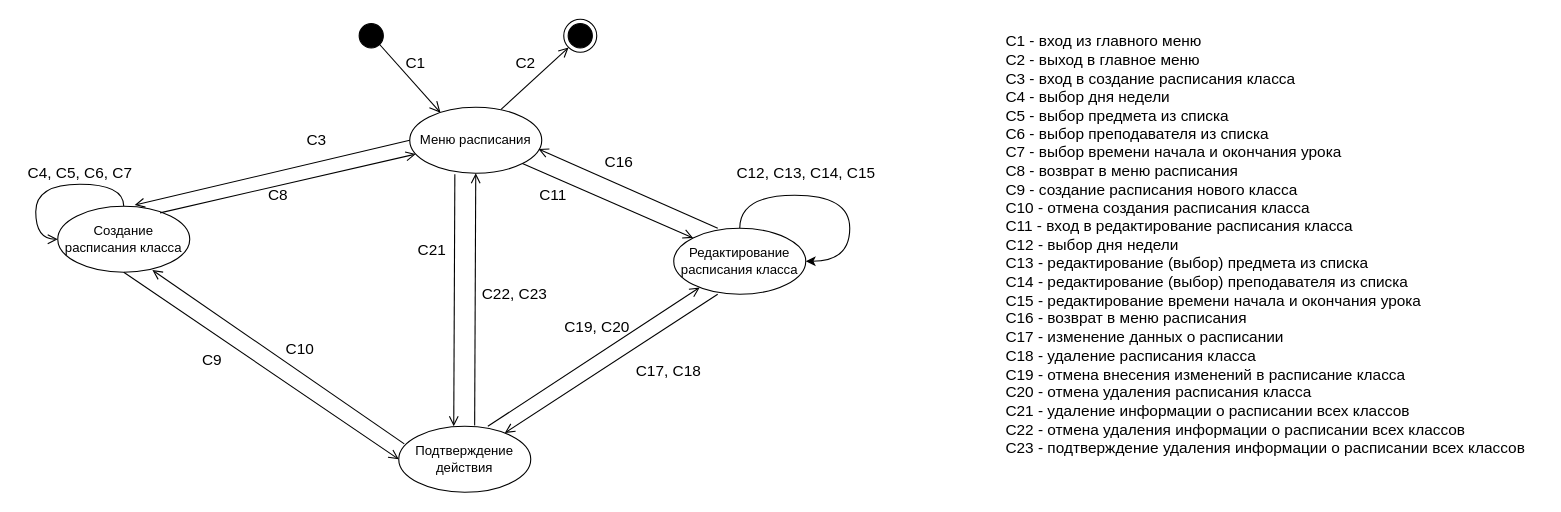
This is граф_состояний_интерфейса.drawio from D-Black-N/TRPS, a draw.io file, before an edit. Source tidied: cells renumbered, new cells numbered last; positions are measured from the earlier drawing's top-left corner, leaving out a move shared by most shapes. Both pictures are drawn from the tidied source at 110%, with x=0, y=0 at pixel (19, 19).
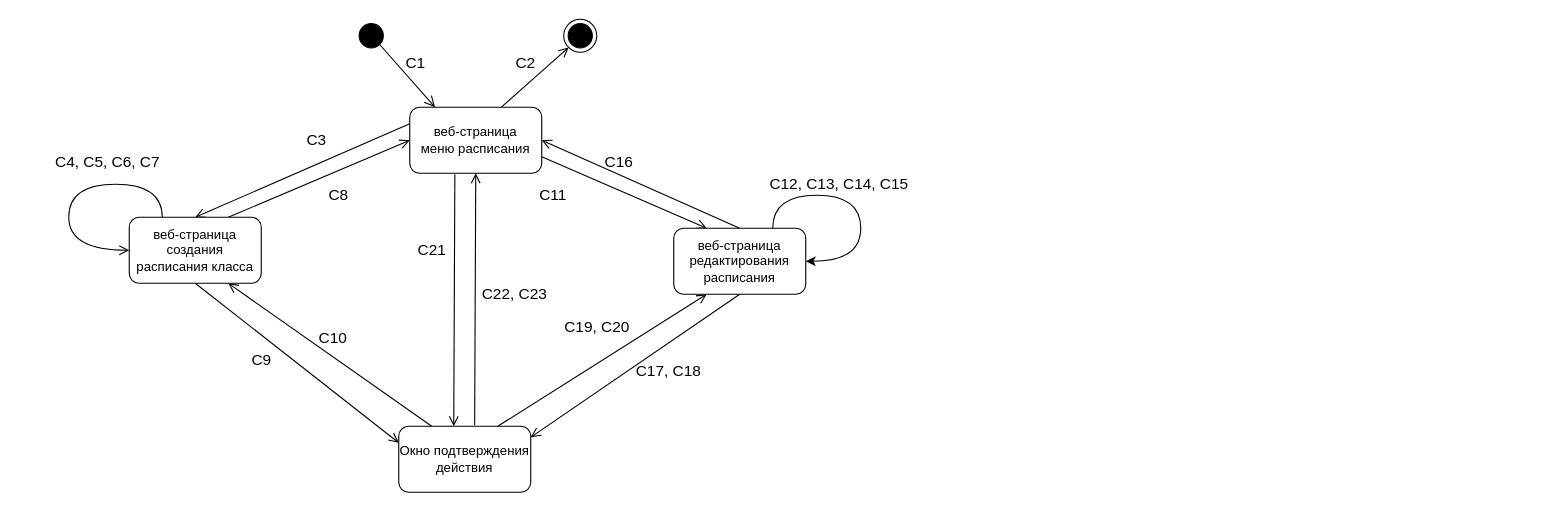
The same page after the edit.

The change refers to these unchanged cells:
```xml
<mxCell id="4" style="ellipse;html=1;shape=endState;fillColor=#000000;strokeColor=#000000;" parent="1" vertex="1">
  <mxGeometry x="495" width="30" height="30" as="geometry" />
</mxCell>
```

Diff of the diagram source:
```diff
@@
-    <mxCell id="3" style="html=1;verticalAlign=bottom;endArrow=open;endSize=8;strokeColor=#000000;rounded=0;entryX=0.233;entryY=0.083;entryDx=0;entryDy=0;entryPerimeter=0;" parent="1" edge="1" target="5">
+    <mxCell id="3" style="html=1;verticalAlign=bottom;endArrow=open;endSize=8;strokeColor=#000000;rounded=0;entryX=0.192;entryY=0;entryDx=0;entryDy=0;entryPerimeter=0;" parent="1" edge="1" target="37">
       <mxGeometry relative="1" as="geometry">
         <mxPoint x="325" y="20" as="sourcePoint" />
       </mxGeometry>
     </mxCell>
@@
-    <mxCell id="5" value="Меню расписания" style="ellipse;whiteSpace=wrap;html=1;" parent="1" vertex="1">
-      <mxGeometry x="355" y="80" width="120" height="60" as="geometry" />
-    </mxCell>
-    <mxCell id="6" style="endArrow=open;html=1;rounded=0;endFill=0;endSize=7;entryX=0;entryY=1;entryDx=0;entryDy=0;exitX=0.692;exitY=0.033;exitDx=0;exitDy=0;exitPerimeter=0;" parent="1" edge="1" source="5" target="4">
+    <mxCell id="6" style="endArrow=open;html=1;rounded=0;endFill=0;endSize=7;entryX=0;entryY=1;entryDx=0;entryDy=0;exitX=0.683;exitY=0.017;exitDx=0;exitDy=0;exitPerimeter=0;" parent="1" edge="1" source="37" target="4">
       <mxGeometry relative="1" as="geometry" />
     </mxCell>
@@
-    <mxCell id="9" style="edgeStyle=orthogonalEdgeStyle;rounded=0;orthogonalLoop=1;jettySize=auto;html=1;endArrow=open;endFill=0;endSize=7;curved=1;entryX=0;entryY=0.5;entryDx=0;entryDy=0;exitX=0.5;exitY=0;exitDx=0;exitDy=0;" parent="1" edge="1" source="10" target="10">
+    <mxCell id="9" style="edgeStyle=orthogonalEdgeStyle;rounded=0;orthogonalLoop=1;jettySize=auto;html=1;endArrow=open;endFill=0;endSize=7;curved=1;exitX=0.25;exitY=0;exitDx=0;exitDy=0;entryX=0;entryY=0.5;entryDx=0;entryDy=0;" parent="1" edge="1" source="39" target="39">
       <mxGeometry relative="1" as="geometry">
         <Array as="points">
-          <mxPoint x="95" y="150" />
-          <mxPoint x="15" y="150" />
-          <mxPoint x="15" y="200" />
+          <mxPoint x="130" y="150" />
+          <mxPoint x="45" y="150" />
+          <mxPoint x="45" y="210" />
         </Array>
       </mxGeometry>
     </mxCell>
-    <mxCell id="10" value="Создание расписания класса" style="ellipse;whiteSpace=wrap;html=1;" parent="1" vertex="1">
-      <mxGeometry x="35" y="170" width="120" height="60" as="geometry" />
-    </mxCell>
-    <mxCell id="11" style="edgeStyle=orthogonalEdgeStyle;rounded=0;orthogonalLoop=1;jettySize=auto;html=1;elbow=vertical;curved=1;entryX=1;entryY=0.5;entryDx=0;entryDy=0;" parent="1" edge="1" source="12" target="12">
+    <mxCell id="11" style="edgeStyle=orthogonalEdgeStyle;rounded=0;jettySize=auto;html=1;elbow=vertical;curved=1;entryX=1;entryY=0.5;entryDx=0;entryDy=0;exitX=0.75;exitY=0;exitDx=0;exitDy=0;" parent="1" edge="1" source="38">
       <mxGeometry relative="1" as="geometry">
+        <mxPoint x="715" y="220" as="targetPoint" />
         <Array as="points">
-          <mxPoint x="655" y="160" />
-          <mxPoint x="755" y="160" />
-          <mxPoint x="755" y="220" />
+          <mxPoint x="685" y="160" />
+          <mxPoint x="765" y="160" />
+          <mxPoint x="765" y="220" />
         </Array>
       </mxGeometry>
     </mxCell>
-    <mxCell id="12" value="Редактирование расписания класса" style="ellipse;whiteSpace=wrap;html=1;" parent="1" vertex="1">
-      <mxGeometry x="595" y="190" width="120" height="60" as="geometry" />
-    </mxCell>
-    <mxCell id="13" style="endArrow=open;html=1;rounded=0;endSize=7;endFill=0;exitX=0;exitY=0.5;exitDx=0;exitDy=0;exitPerimeter=0;entryX=0.583;entryY=-0.017;entryDx=0;entryDy=0;entryPerimeter=0;" parent="1" edge="1" source="5" target="10">
+    <mxCell id="13" style="endArrow=open;html=1;rounded=0;endSize=7;endFill=0;exitX=0;exitY=0.25;exitDx=0;exitDy=0;entryX=0.5;entryY=0;entryDx=0;entryDy=0;" parent="1" edge="1" source="37" target="39">
       <mxGeometry relative="1" as="geometry" />
     </mxCell>
@@
     <mxCell id="15" value="C4, C5, C6, C7" style="text;html=1;align=center;verticalAlign=middle;strokeColor=none;fillColor=none;fontSize=14;" parent="1" vertex="1">
-      <mxGeometry y="130" width="110" height="20" as="geometry" />
+      <mxGeometry x="25" y="120" width="110" height="20" as="geometry" />
     </mxCell>
-    <mxCell id="16" style="endArrow=open;html=1;rounded=0;endSize=7;endFill=0;exitX=0.775;exitY=0.1;exitDx=0;exitDy=0;exitPerimeter=0;" parent="1" edge="1" source="10" target="5">
+    <mxCell id="16" style="endArrow=open;html=1;rounded=0;endSize=7;endFill=0;exitX=0.75;exitY=0;exitDx=0;exitDy=0;entryX=0;entryY=0.5;entryDx=0;entryDy=0;" parent="1" edge="1" source="39" target="37">
       <mxGeometry relative="1" as="geometry" />
     </mxCell>
     <mxCell id="17" value="C8" style="text;html=1;align=center;verticalAlign=middle;strokeColor=none;fillColor=none;fontSize=14;" parent="1" vertex="1">
-      <mxGeometry x="220" y="150" width="30" height="20" as="geometry" />
+      <mxGeometry x="275" y="150" width="30" height="20" as="geometry" />
     </mxCell>
-    <mxCell id="18" style="endArrow=open;html=1;rounded=0;endSize=7;endFill=0;exitX=1;exitY=1;exitDx=0;exitDy=0;entryX=0;entryY=0;entryDx=0;entryDy=0;" parent="1" edge="1" source="5" target="12">
+    <mxCell id="18" style="endArrow=open;html=1;rounded=0;endSize=7;endFill=0;exitX=1;exitY=0.75;exitDx=0;exitDy=0;entryX=0.25;entryY=0;entryDx=0;entryDy=0;" parent="1" edge="1" source="37" target="38">
       <mxGeometry relative="1" as="geometry" />
     </mxCell>
-    <mxCell id="19" style="endArrow=open;html=1;rounded=0;endSize=7;endFill=0;entryX=0.975;entryY=0.633;entryDx=0;entryDy=0;entryPerimeter=0;" parent="1" edge="1" target="5">
-      <mxGeometry relative="1" as="geometry">
-        <mxPoint x="635" y="190" as="sourcePoint" />
-      </mxGeometry>
+    <mxCell id="19" style="endArrow=open;html=1;rounded=0;endSize=7;endFill=0;entryX=1;entryY=0.5;entryDx=0;entryDy=0;exitX=0.5;exitY=0;exitDx=0;exitDy=0;" parent="1" edge="1" source="38" target="37">
+      <mxGeometry relative="1" as="geometry" />
     </mxCell>
-    <mxCell id="20" value="Подтверждение действия" style="ellipse;whiteSpace=wrap;html=1;" parent="1" vertex="1">
-      <mxGeometry x="345" y="370" width="120" height="60" as="geometry" />
-    </mxCell>
-    <mxCell id="21" style="endArrow=open;html=1;rounded=0;endSize=7;endFill=0;exitX=0.5;exitY=1;exitDx=0;exitDy=0;entryX=0;entryY=0.5;entryDx=0;entryDy=0;" parent="1" edge="1" source="10" target="20">
+    <mxCell id="21" style="endArrow=open;html=1;rounded=0;endSize=7;endFill=0;exitX=0.5;exitY=1;exitDx=0;exitDy=0;entryX=0;entryY=0.25;entryDx=0;entryDy=0;" parent="1" edge="1" source="39" target="40">
       <mxGeometry relative="1" as="geometry" />
     </mxCell>
-    <mxCell id="22" style="endArrow=open;html=1;rounded=0;endSize=7;endFill=0;entryX=0.717;entryY=0.967;entryDx=0;entryDy=0;entryPerimeter=0;exitX=0.042;exitY=0.267;exitDx=0;exitDy=0;exitPerimeter=0;" parent="1" edge="1" source="20" target="10">
+    <mxCell id="22" style="endArrow=open;html=1;rounded=0;endSize=7;endFill=0;entryX=0.75;entryY=1;entryDx=0;entryDy=0;exitX=0.25;exitY=0;exitDx=0;exitDy=0;" parent="1" edge="1" source="40" target="39">
       <mxGeometry relative="1" as="geometry" />
     </mxCell>
     <mxCell id="23" value="C9" style="text;html=1;align=center;verticalAlign=middle;strokeColor=none;fillColor=none;fontSize=14;" parent="1" vertex="1">
-      <mxGeometry x="160" y="300" width="30" height="20" as="geometry" />
+      <mxGeometry x="205" y="300" width="30" height="20" as="geometry" />
     </mxCell>
     <mxCell id="24" value="С10" style="text;html=1;align=center;verticalAlign=middle;strokeColor=none;fillColor=none;fontSize=14;" parent="1" vertex="1">
-      <mxGeometry x="235" y="290" width="40" height="20" as="geometry" />
+      <mxGeometry x="265" y="280" width="40" height="20" as="geometry" />
     </mxCell>
-    <mxCell id="25" style="endArrow=open;html=1;rounded=0;endSize=7;endFill=0;exitX=0.675;exitY=0;exitDx=0;exitDy=0;exitPerimeter=0;" parent="1" edge="1" source="20" target="12">
+    <mxCell id="25" style="endArrow=open;html=1;rounded=0;endSize=7;endFill=0;exitX=0.75;exitY=0;exitDx=0;exitDy=0;entryX=0.25;entryY=1;entryDx=0;entryDy=0;" parent="1" edge="1" source="40" target="38">
       <mxGeometry relative="1" as="geometry" />
     </mxCell>
-    <mxCell id="26" style="endArrow=open;html=1;rounded=0;endSize=7;endFill=0;exitX=0.333;exitY=1;exitDx=0;exitDy=0;exitPerimeter=0;" parent="1" edge="1" source="12" target="20">
-      <mxGeometry relative="1" as="geometry" />
+    <mxCell id="26" style="endArrow=open;html=1;rounded=0;endSize=7;endFill=0;exitX=0.5;exitY=1;exitDx=0;exitDy=0;" parent="1" edge="1" source="38">
+      <mxGeometry relative="1" as="geometry">
+        <mxPoint x="465" y="380" as="targetPoint" />
+      </mxGeometry>
     </mxCell>
     <mxCell id="27" value="С12, C13, C14, C15" style="text;html=1;align=center;verticalAlign=middle;strokeColor=none;fillColor=none;fontSize=14;" parent="1" vertex="1">
-      <mxGeometry x="645" y="130" width="140" height="20" as="geometry" />
+      <mxGeometry x="675" y="140" width="140" height="20" as="geometry" />
     </mxCell>
@@
-    <mxCell id="29" value="C1 - вход из главного меню&lt;br&gt;C2 - выход в главное меню&lt;br&gt;C3 - вход в создание расписания класса&lt;br&gt;C4 - выбор дня недели&lt;br&gt;C5 - выбор предмета из списка&lt;br&gt;C6 - выбор преподавателя из списка&lt;br&gt;C7 - выбор времени начала и окончания урока&lt;br&gt;C8 - возврат в меню расписания&lt;br&gt;C9 - создание расписания нового класса&lt;br&gt;C10 - отмена создания расписания класса&amp;nbsp;&lt;br&gt;C11 - вход в редактирование расписания класса&lt;br&gt;C12 - выбор дня недели&lt;br&gt;C13 - редактирование (выбор) предмета из списка&lt;br&gt;C14 - редактирование (выбор) преподавателя из списка&lt;br&gt;C15 - редактирование времени начала и окончания урока&lt;br&gt;C16 - возврат в меню расписания&lt;br&gt;C17 - изменение данных о расписании&lt;br&gt;C18 - удаление расписания класса&lt;br&gt;C19 - отмена внесения изменений в расписание класса&lt;br&gt;C20 - отмена удаления расписания класса&lt;br&gt;C21 - удаление информации о расписании всех классов&lt;br&gt;C22 - отмена удаления информации о расписании всех классов&lt;br&gt;C23 - подтверждение удаления информации о расписании всех классов" style="text;html=1;align=left;verticalAlign=middle;strokeColor=none;fillColor=none;fontSize=14;" parent="1" vertex="1">
-      <mxGeometry x="895" y="5" width="490" height="400" as="geometry" />
-    </mxCell>
-    <mxCell id="30" style="endArrow=open;html=1;rounded=0;endSize=7;endFill=0;entryX=0.5;entryY=1;entryDx=0;entryDy=0;exitX=0.575;exitY=-0.013;exitDx=0;exitDy=0;exitPerimeter=0;" parent="1" edge="1" source="20" target="5">
-      <mxGeometry relative="1" as="geometry" />
+    <mxCell id="30" style="endArrow=open;html=1;rounded=0;endSize=7;endFill=0;entryX=0.5;entryY=1;entryDx=0;entryDy=0;exitX=0.575;exitY=-0.013;exitDx=0;exitDy=0;exitPerimeter=0;" parent="1" edge="1">
+      <mxGeometry relative="1" as="geometry">
+        <mxPoint x="414" y="369.2" as="sourcePoint" />
+        <mxPoint x="415" y="140" as="targetPoint" />
+      </mxGeometry>
     </mxCell>
@@
+    <mxCell id="37" value="веб-страница &lt;br&gt;меню расписания" style="rounded=1;whiteSpace=wrap;html=1;" parent="1" vertex="1">
+      <mxGeometry x="355" y="80" width="120" height="60" as="geometry" />
+    </mxCell>
+    <mxCell id="38" value="веб-страница &lt;br&gt;редактирования расписания" style="rounded=1;whiteSpace=wrap;html=1;" parent="1" vertex="1">
+      <mxGeometry x="595" y="190" width="120" height="60" as="geometry" />
+    </mxCell>
+    <mxCell id="39" value="веб-страница &lt;br&gt;создания расписания класса" style="rounded=1;whiteSpace=wrap;html=1;" parent="1" vertex="1">
+      <mxGeometry x="100" y="180" width="120" height="60" as="geometry" />
+    </mxCell>
+    <mxCell id="40" value="Окно подтверждения действия" style="rounded=1;whiteSpace=wrap;html=1;" parent="1" vertex="1">
+      <mxGeometry x="345" y="370" width="120" height="60" as="geometry" />
+    </mxCell>
```
